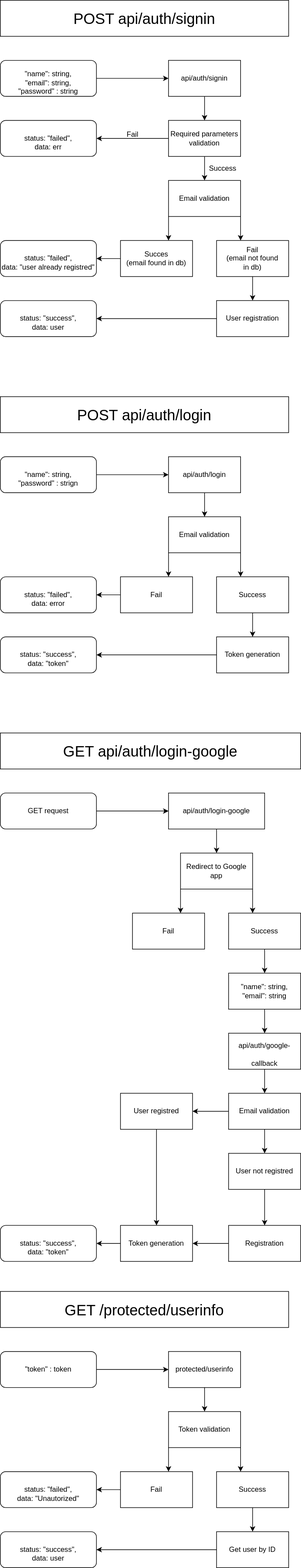
Earlier version of the draw.io export api.drawio.svg (cr1m3s/tch_backend). Source tidied: cells renumbered, new cells last; positions are measured from the earlier drawing's top-left corner, leaving out a move shared by most shapes.
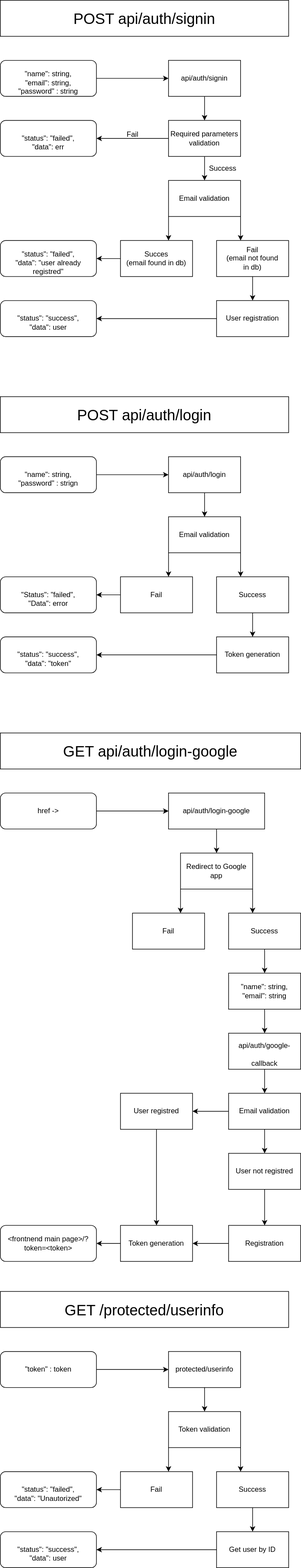
The same diagram one commit later.

What changed in the source:
```diff
@@ -42,7 +42,7 @@
     <mxCell id="13" value="&lt;br&gt;&quot;Status&quot;: &quot;failed&quot;,&lt;br&gt;&quot;Data&quot;: error&lt;br&gt;&amp;nbsp;" style="rounded=1;whiteSpace=wrap;html=1;" parent="1" vertex="1">
       <mxGeometry y="960" width="160" height="60" as="geometry" />
     </mxCell>
-    <mxCell id="14" value="&lt;br&gt;&quot;Status&quot;: &quot;success&quot;, &lt;br&gt;&quot;Data&quot;: &quot;token&quot;&lt;br&gt;&amp;nbsp;" style="rounded=1;whiteSpace=wrap;html=1;" parent="1" vertex="1">
+    <mxCell id="14" value="&lt;br&gt;&quot;status&quot;: &quot;success&quot;, &lt;br&gt;&quot;data&quot;: &quot;token&quot;&lt;br&gt;&amp;nbsp;" style="rounded=1;whiteSpace=wrap;html=1;" parent="1" vertex="1">
       <mxGeometry y="1060" width="160" height="60" as="geometry" />
     </mxCell>
     <mxCell id="15" style="endArrow=classic;html=1;exitX=0;exitY=0.5;exitDx=0;exitDy=0;entryX=1;entryY=0.5;entryDx=0;entryDy=0;" parent="1" edge="1" source="8" target="13">
@@ -57,7 +57,7 @@
     <mxCell id="18" value="api/auth/login-google" style="rounded=0;whiteSpace=wrap;html=1;" parent="1" vertex="1">
       <mxGeometry x="280" y="1320" width="160" height="60" as="geometry" />
     </mxCell>
-    <mxCell id="19" value="GET request" style="rounded=1;whiteSpace=wrap;html=1;" parent="1" vertex="1">
+    <mxCell id="19" value="href -&amp;gt;" style="rounded=1;whiteSpace=wrap;html=1;" parent="1" vertex="1">
       <mxGeometry y="1320" width="160" height="60" as="geometry" />
     </mxCell>
     <mxCell id="20" style="endArrow=classic;html=1;exitX=1;exitY=0.5;exitDx=0;exitDy=0;entryX=0;entryY=0.5;entryDx=0;entryDy=0;" parent="1" edge="1" source="19" target="18">
@@ -88,7 +88,7 @@
         <mxPoint x="420" y="1520" as="targetPoint" />
       </mxGeometry>
     </mxCell>
-    <mxCell id="28" value="&lt;br&gt;&quot;Status&quot;: &quot;success&quot;, &lt;br&gt;&quot;Data&quot;: &quot;token&quot;&lt;br&gt;&amp;nbsp;" style="rounded=1;whiteSpace=wrap;html=1;" parent="1" vertex="1">
+    <mxCell id="28" value="&amp;lt;frontnend main page&amp;gt;/?token=&amp;lt;token&amp;gt;" style="rounded=1;whiteSpace=wrap;html=1;" parent="1" vertex="1">
       <mxGeometry y="2040" width="160" height="60" as="geometry" />
     </mxCell>
     <mxCell id="29" value="&lt;font style=&quot;font-size: 25px;&quot;&gt;GET api/auth/login-google&lt;/font&gt;" style="rounded=0;whiteSpace=wrap;html=1;" parent="1" vertex="1">
@@ -177,10 +177,10 @@
     <mxCell id="54" style="endArrow=classic;html=1;exitX=0.5;exitY=1;exitDx=0;exitDy=0;entryX=0.5;entryY=0;entryDx=0;entryDy=0;" parent="1" edge="1" source="49" target="51">
       <mxGeometry relative="1" as="geometry" />
     </mxCell>
-    <mxCell id="55" value="&lt;br&gt;&quot;Status&quot;: &quot;failed&quot;,&lt;br&gt;&quot;Data&quot;: &quot;user already registred&quot;&lt;br&gt;&amp;nbsp;" style="rounded=1;whiteSpace=wrap;html=1;" parent="1" vertex="1">
+    <mxCell id="55" value="&lt;br&gt;&quot;status&quot;: &quot;failed&quot;,&lt;br&gt;&quot;data&quot;: &quot;user already registred&quot;&lt;br&gt;&amp;nbsp;" style="rounded=1;whiteSpace=wrap;html=1;" parent="1" vertex="1">
       <mxGeometry y="400" width="160" height="60" as="geometry" />
     </mxCell>
-    <mxCell id="56" value="&lt;br&gt;&quot;Status&quot;: &quot;success&quot;, &lt;br&gt;&quot;Data&quot;: user&lt;br&gt;&amp;nbsp;" style="rounded=1;whiteSpace=wrap;html=1;" parent="1" vertex="1">
+    <mxCell id="56" value="&lt;br&gt;&quot;status&quot;: &quot;success&quot;, &lt;br&gt;&quot;data&quot;: user&lt;br&gt;&amp;nbsp;" style="rounded=1;whiteSpace=wrap;html=1;" parent="1" vertex="1">
       <mxGeometry y="500" width="160" height="60" as="geometry" />
     </mxCell>
     <mxCell id="57" style="endArrow=classic;html=1;exitX=0;exitY=0.5;exitDx=0;exitDy=0;entryX=1;entryY=0.5;entryDx=0;entryDy=0;" parent="1" edge="1" source="50" target="55">
@@ -204,7 +204,7 @@
     <mxCell id="63" style="endArrow=classic;html=1;fontSize=12;exitX=0;exitY=0.5;exitDx=0;exitDy=0;entryX=1;entryY=0.5;entryDx=0;entryDy=0;" parent="1" edge="1" source="60" target="64">
       <mxGeometry relative="1" as="geometry" />
     </mxCell>
-    <mxCell id="64" value="&lt;br&gt;&quot;Status&quot;: &quot;failed&quot;,&lt;br&gt;&quot;Data&quot;: err&lt;br&gt;&amp;nbsp;" style="rounded=1;whiteSpace=wrap;html=1;" parent="1" vertex="1">
+    <mxCell id="64" value="&lt;br&gt;&quot;status&quot;: &quot;failed&quot;,&lt;br&gt;&quot;data&quot;: err&lt;br&gt;&amp;nbsp;" style="rounded=1;whiteSpace=wrap;html=1;" parent="1" vertex="1">
       <mxGeometry y="200" width="160" height="60" as="geometry" />
     </mxCell>
     <mxCell id="65" value="&lt;span style=&quot;font-weight: normal;&quot;&gt;&lt;font style=&quot;font-size: 12px;&quot;&gt;Fail&lt;/font&gt;&lt;/span&gt;" style="text;strokeColor=none;fillColor=none;html=1;fontSize=24;fontStyle=1;verticalAlign=middle;align=center;" parent="1" vertex="1">
@@ -253,7 +253,7 @@
     <mxCell id="78" value="&lt;br&gt;&quot;status&quot;: &quot;failed&quot;,&lt;br&gt;&quot;data&quot;: &quot;Unautorized&quot;&lt;br&gt;&amp;nbsp;" style="rounded=1;whiteSpace=wrap;html=1;" parent="1" vertex="1">
       <mxGeometry y="2450" width="160" height="60" as="geometry" />
     </mxCell>
-    <mxCell id="79" value="&lt;br&gt;&quot;Status&quot;: &quot;success&quot;, &lt;br&gt;&quot;Data&quot;: user&lt;br&gt;&amp;nbsp;" style="rounded=1;whiteSpace=wrap;html=1;" parent="1" vertex="1">
+    <mxCell id="79" value="&lt;br&gt;&quot;status&quot;: &quot;success&quot;, &lt;br&gt;&quot;data&quot;: user&lt;br&gt;&amp;nbsp;" style="rounded=1;whiteSpace=wrap;html=1;" parent="1" vertex="1">
       <mxGeometry y="2550" width="160" height="60" as="geometry" />
     </mxCell>
     <mxCell id="80" style="endArrow=classic;html=1;exitX=0;exitY=0.5;exitDx=0;exitDy=0;entryX=1;entryY=0.5;entryDx=0;entryDy=0;" parent="1" edge="1" source="73" target="78">
```
